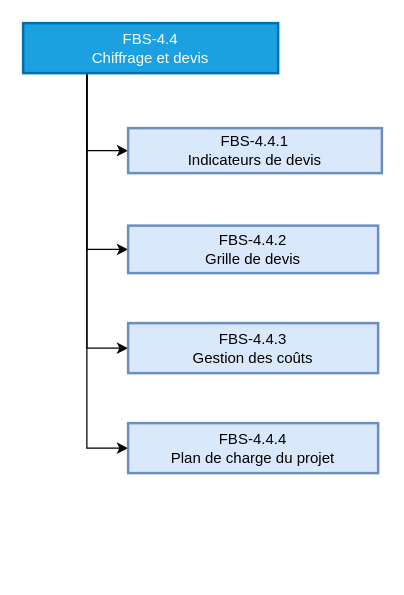
waterfall-project/wf-project keeps this draw.io diagram as page "FBS-4.4" (5 of 11) of docs/spec/waterfall.visuels.drawio. Above is the earlier version. Source tidied: cells renumbered, new cells numbered last; positions are measured from the earlier drawing's top-left corner, leaving out a move shared by most shapes. Both pictures are drawn from the tidied source at 125%, with x=0, y=0 at pixel (22, 22).
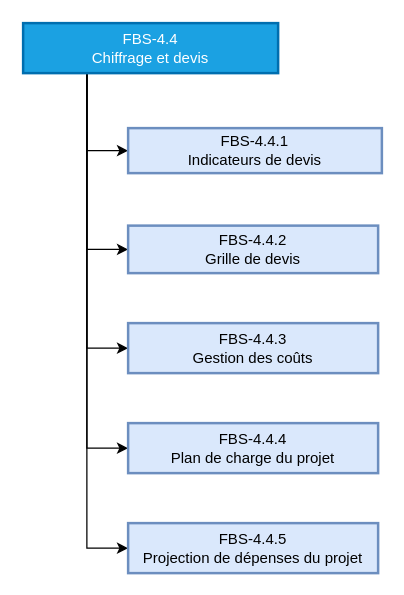
The same diagram, later.

What changed in the source:
```diff
@@
 <mxGraphModel>
   <root>
     <mxCell id="0" />
     <mxCell id="1" parent="0" />
     <mxCell id="2" style="edgeStyle=orthogonalEdgeStyle;rounded=0;jettySize=auto;html=1;exitX=0.25;exitY=1;exitDx=0;exitDy=0;entryX=0;entryY=0.5;entryDx=0;entryDy=0;" parent="1" edge="1" source="6" target="7">
       <mxGeometry relative="1" as="geometry" />
     </mxCell>
     <mxCell id="3" style="edgeStyle=orthogonalEdgeStyle;rounded=0;jettySize=auto;html=1;exitX=0.25;exitY=1;exitDx=0;exitDy=0;entryX=0;entryY=0.5;entryDx=0;entryDy=0;" parent="1" edge="1" source="6" target="8">
       <mxGeometry relative="1" as="geometry" />
     </mxCell>
     <mxCell id="4" style="edgeStyle=orthogonalEdgeStyle;rounded=0;jettySize=auto;html=1;exitX=0.25;exitY=1;exitDx=0;exitDy=0;entryX=0;entryY=0.5;entryDx=0;entryDy=0;" parent="1" edge="1" source="6" target="9">
       <mxGeometry relative="1" as="geometry" />
     </mxCell>
     <mxCell id="5" style="edgeStyle=orthogonalEdgeStyle;rounded=0;jettySize=auto;html=1;exitX=0.25;exitY=1;exitDx=0;exitDy=0;entryX=0;entryY=0.5;entryDx=0;entryDy=0;" parent="1" edge="1" source="6" target="10">
       <mxGeometry relative="1" as="geometry" />
     </mxCell>
+    <mxCell id="11" style="edgeStyle=orthogonalEdgeStyle;rounded=0;jettySize=auto;html=1;exitX=0.25;exitY=1;exitDx=0;exitDy=0;entryX=0;entryY=0.5;entryDx=0;entryDy=0;" parent="1" edge="1" source="6" target="12">
+      <mxGeometry relative="1" as="geometry" />
+    </mxCell>
     <mxCell id="6" value="FBS-4.4&#10;Chiffrage et devis" style="whiteSpace=wrap;strokeWidth=2;fillColor=#1ba1e2;fontColor=#ffffff;strokeColor=#006EAF;" parent="1" vertex="1">
       <mxGeometry width="204" height="40" as="geometry" />
     </mxCell>
     <mxCell id="7" value="FBS-4.4.1&#10;Indicateurs de devis" style="whiteSpace=wrap;strokeWidth=2;fillColor=#dae8fc;strokeColor=#6c8ebf;" parent="1" vertex="1">
       <mxGeometry x="84" y="84" width="203" height="36" as="geometry" />
     </mxCell>
     <mxCell id="8" value="FBS-4.4.2&#10;Grille de devis" style="whiteSpace=wrap;strokeWidth=2;fillColor=#dae8fc;strokeColor=#6c8ebf;" parent="1" vertex="1">
       <mxGeometry x="84" y="162" width="200" height="38" as="geometry" />
     </mxCell>
     <mxCell id="9" value="FBS-4.4.3&#10;Gestion des coûts" style="whiteSpace=wrap;strokeWidth=2;fillColor=#dae8fc;strokeColor=#6c8ebf;" parent="1" vertex="1">
       <mxGeometry x="84" y="240" width="200" height="40" as="geometry" />
     </mxCell>
     <mxCell id="10" value="FBS-4.4.4&#10;Plan de charge du projet" style="whiteSpace=wrap;strokeWidth=2;fillColor=#dae8fc;strokeColor=#6c8ebf;" parent="1" vertex="1">
       <mxGeometry x="84" y="320" width="200" height="40" as="geometry" />
     </mxCell>
+    <mxCell id="12" value="FBS-4.4.5&#10;Projection de dépenses du projet" style="whiteSpace=wrap;strokeWidth=2;fillColor=#dae8fc;strokeColor=#6c8ebf;" parent="1" vertex="1">
+      <mxGeometry x="84" y="400" width="200" height="40" as="geometry" />
+    </mxCell>
   </root>
 </mxGraphModel>
```
